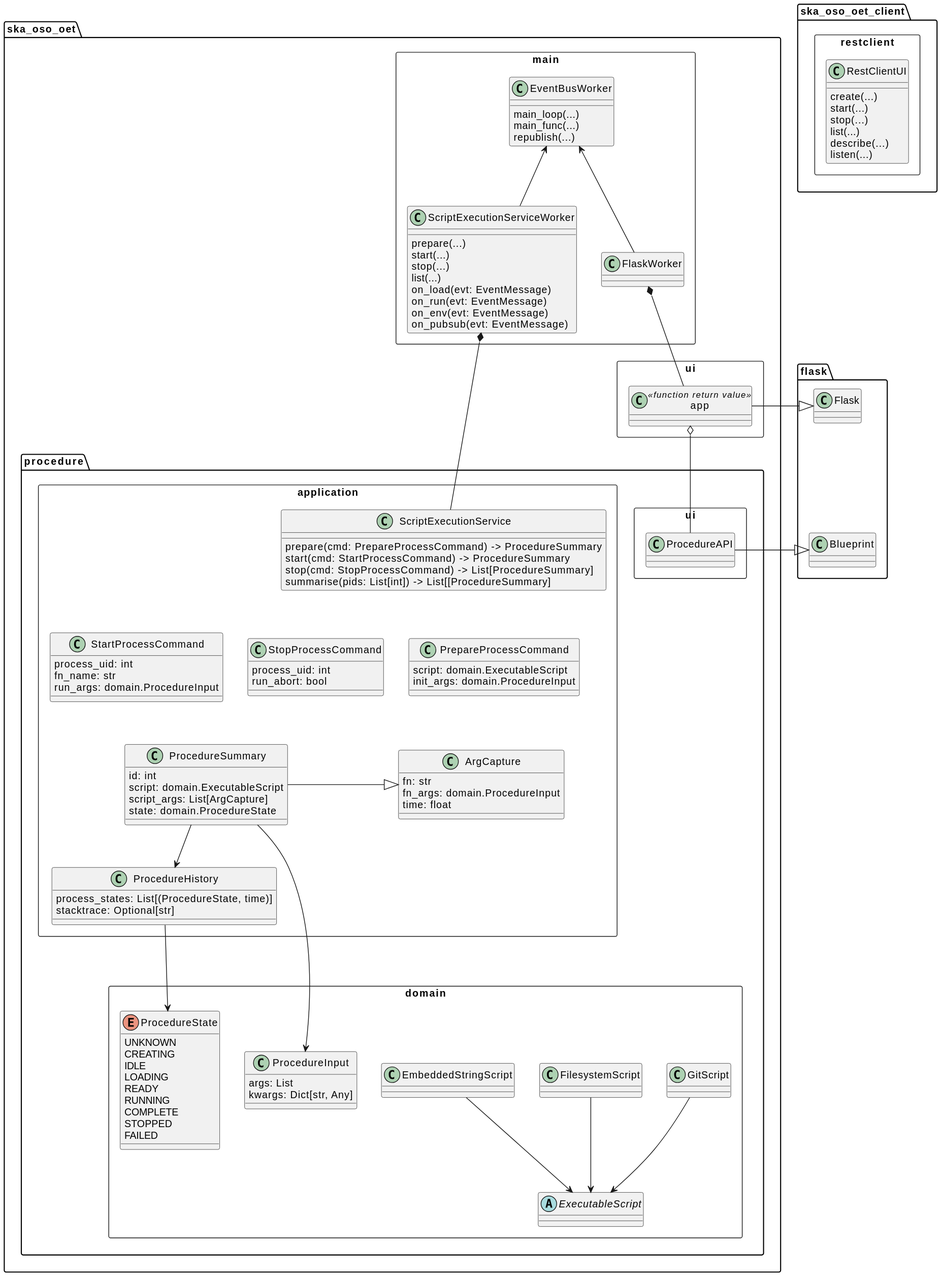
Above: docs/src/diagrams/export/backend_module_execution_primary.svg in ska-telescope/observation-execution-tool (PlantUML), before the change.
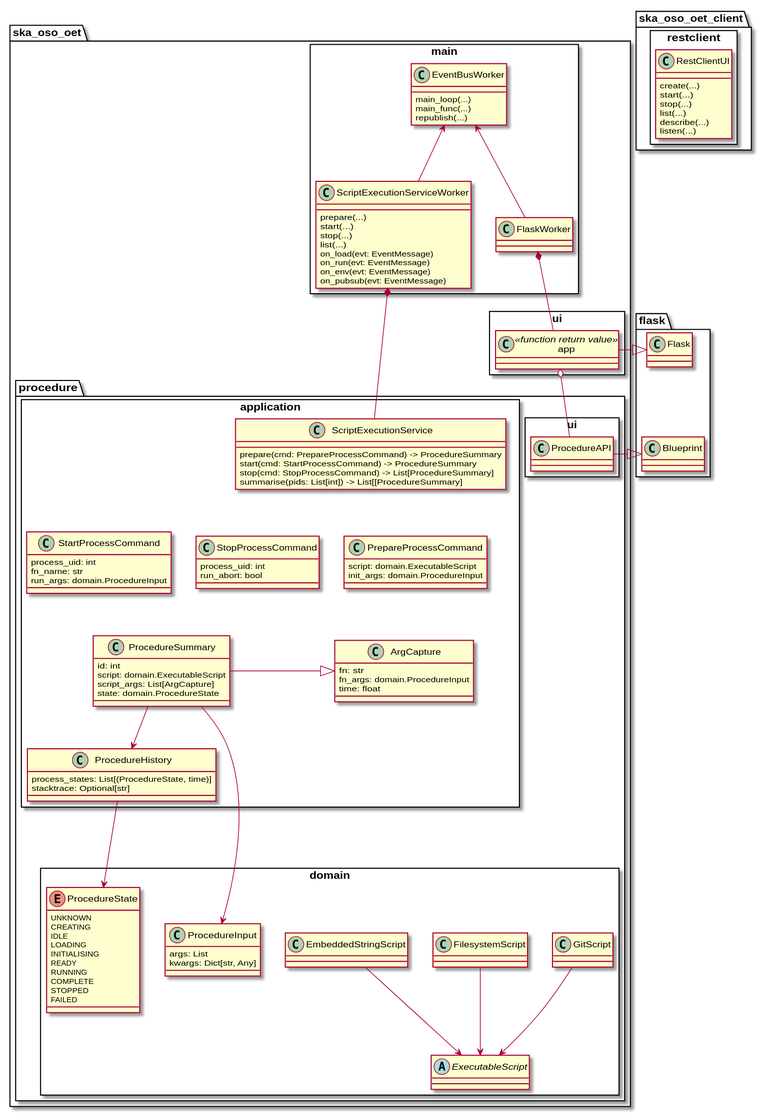
The same file after the commit.

Commit message:
BTN-1774 Add INITIALISING state to ProcedureStates

What changed in the source:
```diff
@@ -114,6 +114,7 @@
                 CREATING
                 IDLE
                 LOADING
+                INITIALISING
                 READY
                 RUNNING
                 COMPLETE
```
